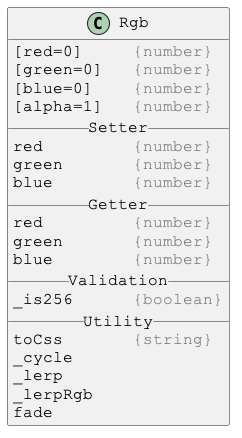
Earlier version of the PlantUML export docs/PlantUml/image/Rgb.png (Justin-Byrne/canvasLab). Source of this version:
```plantuml
@startuml

skinparam DefaultFontSize 16
skinparam DefaultFontName Courier New

class Rgb {
[red=0]     <color:gray>{number}</color>
[green=0]   <color:gray>{number}</color>
[blue=0]    <color:gray>{number}</color>
[alpha=1]   <color:gray>{number}</color>
__ Setter __
red         <color:gray>{number}</color>
green       <color:gray>{number}</color>
blue        <color:gray>{number}</color>
__ Getter __
red         <color:gray>{number}</color>
green       <color:gray>{number}</color>
blue        <color:gray>{number}</color>
__ Validation __
_is256      <color:gray>{boolean}</color>
__ Utility __
toCss       <color:gray>{string}</color>
_cycle
_lerp
_lerpRgb
fade
}

@enduml
```
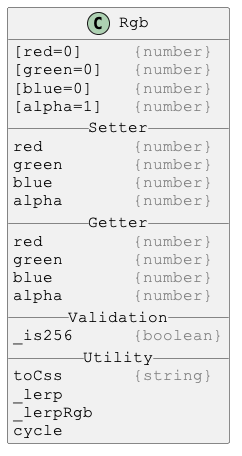
After the change.

The edit, as a diff of the source:
```diff
@@ -12,18 +12,19 @@
 red         <color:gray>{number}</color>
 green       <color:gray>{number}</color>
 blue        <color:gray>{number}</color>
+alpha       <color:gray>{number}</color>
 __ Getter __
 red         <color:gray>{number}</color>
 green       <color:gray>{number}</color>
 blue        <color:gray>{number}</color>
+alpha       <color:gray>{number}</color>
 __ Validation __
 _is256      <color:gray>{boolean}</color>
 __ Utility __
 toCss       <color:gray>{string}</color>
-_cycle
 _lerp
 _lerpRgb
-fade
+cycle
 }
 
 @enduml
```
